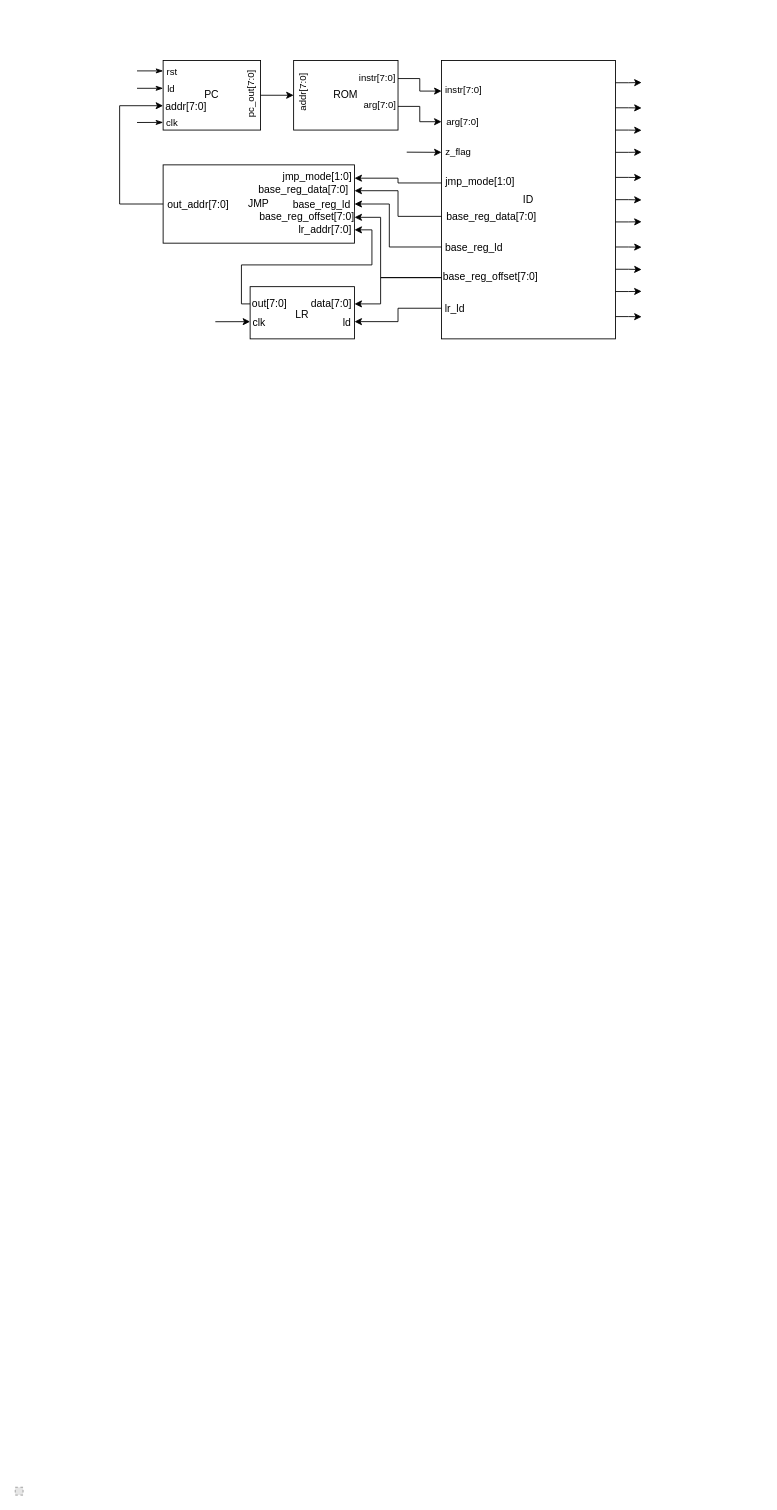
This is Docs/cpu.drawio from orszoooo/OneCycleCPU, a draw.io file, before an edit. Source tidied: cells renumbered, new cells numbered last; positions are measured from the earlier drawing's top-left corner, leaving out a move shared by most shapes. Both pictures are drawn from the tidied source at 87%, with x=0, y=0 at pixel (15, 60). Pictures stored in the file or linked from it are replaced by grey dashed boxes.
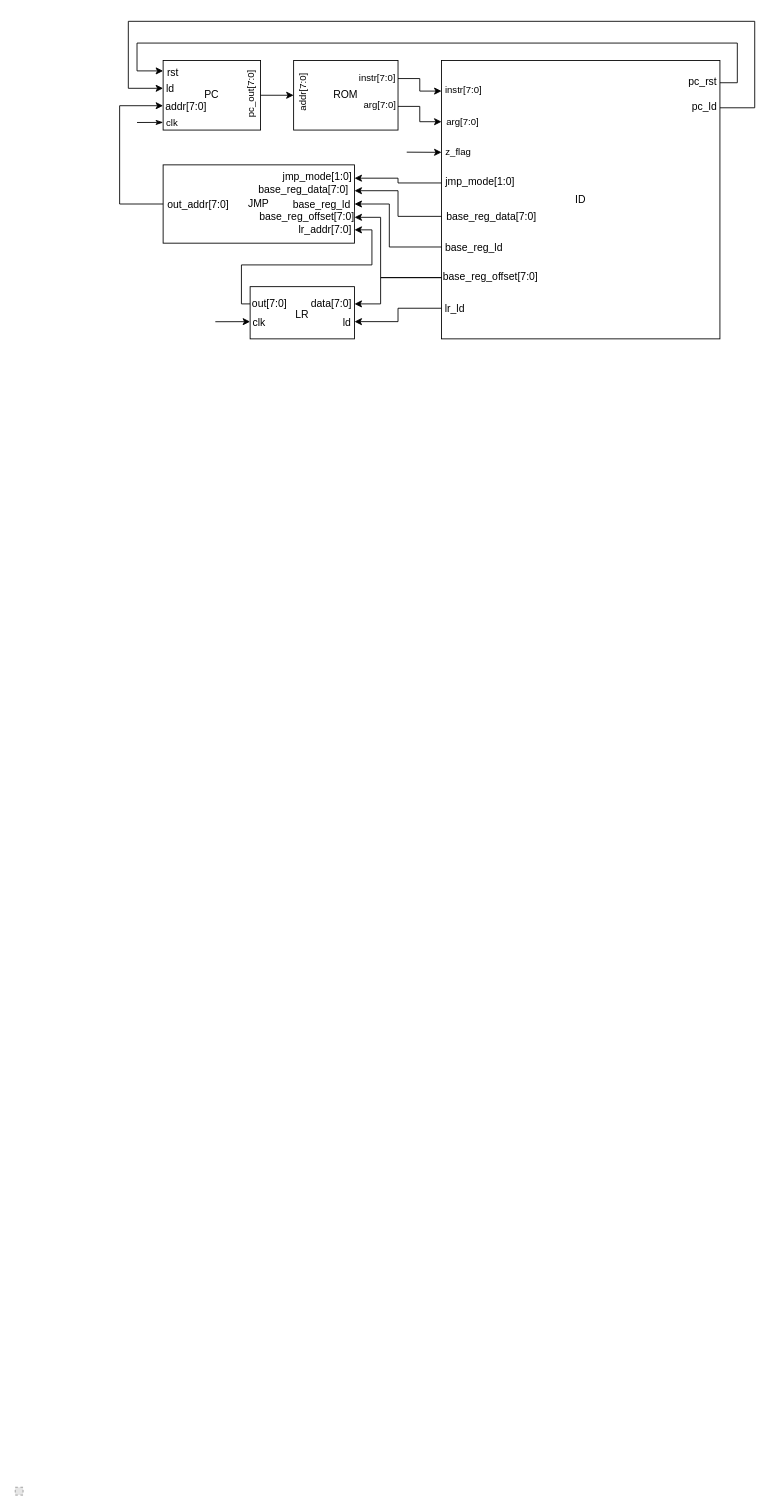
The same diagram, later.

Unchanged cells that the change refers to:
```xml
<mxCell id="2" value="PC" style="rounded=0;whiteSpace=wrap;html=1;points=[[0,0.15,0,0,0],[0,0.4,0,0,0],[0,0.65,0,0,0],[0,0.89,0,0,0],[1,0.5,0,0,0]];" parent="1" vertex="1">
  <mxGeometry x="170" width="112" height="80" as="geometry" />
</mxCell>
```

Diff of the diagram source:
```diff
@@
+    <mxCell id="9" value="ID" style="rounded=0;whiteSpace=wrap;html=1;points=[[0,0.11,0,0,0],[0,0.22,0,0,0],[0,0.33,0,0,0],[0,0.44,0,0,0],[0,0.56,0,0,0],[0,0.67,0,0,0],[0,0.78,0,0,0],[0,0.89,0,0,0],[1,0.08,0,0,0],[1,0.17,0,0,0],[1,0.25,0,0,0],[1,0.33,0,0,0],[1,0.42,0,0,0],[1,0.5,0,0,0],[1,0.58,0,0,0],[1,0.67,0,0,0],[1,0.75,0,0,0],[1,0.83,0,0,0],[1,0.92,0,0,0]];" parent="1" vertex="1">
+      <mxGeometry x="490" width="320" height="320" as="geometry" />
+    </mxCell>
@@
+    <mxCell id="61" style="edgeStyle=orthogonalEdgeStyle;rounded=0;sketch=0;hachureGap=4;jiggle=2;curveFitting=1;html=1;exitX=1;exitY=0.17;exitDx=0;exitDy=0;exitPerimeter=0;fontFamily=Helvetica;fontSize=12;fontColor=default;startArrow=none;startFill=0;endArrow=classic;endFill=1;entryX=0;entryY=0.4;entryDx=0;entryDy=0;entryPerimeter=0;" parent="1" edge="1" source="9" target="2">
+      <mxGeometry relative="1" as="geometry">
+        <Array as="points">
+          <mxPoint x="850" y="54" />
+          <mxPoint x="850" y="-45" />
+          <mxPoint x="130" y="-45" />
+          <mxPoint x="130" y="32" />
+        </Array>
+      </mxGeometry>
+    </mxCell>
+    <mxCell id="47" value="ld" style="edgeLabel;html=1;align=center;verticalAlign=middle;fontSize=12;fontFamily=Helvetica;fontColor=default;" parent="61" vertex="1">
+      <mxGeometry x="0.97" relative="1" as="geometry">
+        <mxPoint x="22" as="offset" />
+      </mxGeometry>
+    </mxCell>
+    <mxCell id="62" value="pc_ld" style="edgeLabel;html=1;align=center;verticalAlign=middle;fontSize=12;fontFamily=Helvetica;fontColor=default;" parent="61" vertex="1">
+      <mxGeometry x="-0.97" y="1" relative="1" as="geometry">
+        <mxPoint x="-34" as="offset" />
+      </mxGeometry>
+    </mxCell>
@@
-    <mxCell id="9" value="ID" style="rounded=0;whiteSpace=wrap;html=1;points=[[0,0.11,0,0,0],[0,0.22,0,0,0],[0,0.33,0,0,0],[0,0.44,0,0,0],[0,0.56,0,0,0],[0,0.67,0,0,0],[0,0.78,0,0,0],[0,0.89,0,0,0],[1,0.08,0,0,0],[1,0.17,0,0,0],[1,0.25,0,0,0],[1,0.33,0,0,0],[1,0.42,0,0,0],[1,0.5,0,0,0],[1,0.58,0,0,0],[1,0.67,0,0,0],[1,0.75,0,0,0],[1,0.83,0,0,0],[1,0.92,0,0,0]];" parent="1" vertex="1">
-      <mxGeometry x="490" width="200" height="320" as="geometry" />
-    </mxCell>
+    <mxCell id="63" style="edgeStyle=orthogonalEdgeStyle;rounded=0;sketch=0;hachureGap=4;jiggle=2;curveFitting=1;html=1;exitX=1;exitY=0.08;exitDx=0;exitDy=0;exitPerimeter=0;fontFamily=Helvetica;fontSize=12;fontColor=default;startArrow=none;startFill=0;endArrow=classic;endFill=1;entryX=0;entryY=0.15;entryDx=0;entryDy=0;entryPerimeter=0;" parent="1" edge="1" source="9" target="2">
+      <mxGeometry relative="1" as="geometry">
+        <Array as="points">
+          <mxPoint x="830" y="26" />
+          <mxPoint x="830" y="-20" />
+          <mxPoint x="140" y="-20" />
+          <mxPoint x="140" y="12" />
+        </Array>
+      </mxGeometry>
+    </mxCell>
+    <mxCell id="45" value="rst" style="edgeLabel;html=1;align=center;verticalAlign=middle;fontSize=12;fontFamily=Helvetica;fontColor=default;" parent="63" vertex="1">
+      <mxGeometry x="0.95" y="-1" relative="1" as="geometry">
+        <mxPoint x="31" as="offset" />
+      </mxGeometry>
+    </mxCell>
+    <mxCell id="64" value="pc_rst" style="edgeLabel;html=1;align=center;verticalAlign=middle;fontSize=12;fontFamily=Helvetica;fontColor=default;" parent="63" vertex="1">
+      <mxGeometry x="-0.96" y="-2" relative="1" as="geometry">
+        <mxPoint x="-37" y="-3" as="offset" />
+      </mxGeometry>
+    </mxCell>
@@
-    <mxCell id="26" style="edgeStyle=orthogonalEdgeStyle;rounded=0;html=1;exitX=1;exitY=0.08;exitDx=0;exitDy=0;exitPerimeter=0;startArrow=none;startFill=0;endArrow=classic;endFill=1;" parent="1" edge="1" source="9">
-      <mxGeometry relative="1" as="geometry">
-        <mxPoint x="720" y="25.4" as="targetPoint" />
-      </mxGeometry>
-    </mxCell>
-    <mxCell id="27" style="edgeStyle=orthogonalEdgeStyle;rounded=0;html=1;exitX=1;exitY=0.17;exitDx=0;exitDy=0;exitPerimeter=0;startArrow=none;startFill=0;endArrow=classic;endFill=1;" parent="1" edge="1" source="9">
-      <mxGeometry relative="1" as="geometry">
-        <mxPoint x="720" y="54.6" as="targetPoint" />
-      </mxGeometry>
-    </mxCell>
-    <mxCell id="28" style="edgeStyle=orthogonalEdgeStyle;rounded=0;html=1;exitX=1;exitY=0.25;exitDx=0;exitDy=0;exitPerimeter=0;startArrow=none;startFill=0;endArrow=classic;endFill=1;" parent="1" edge="1" source="9">
-      <mxGeometry relative="1" as="geometry">
-        <mxPoint x="720" y="80.3" as="targetPoint" />
-      </mxGeometry>
-    </mxCell>
-    <mxCell id="29" style="edgeStyle=orthogonalEdgeStyle;rounded=0;html=1;exitX=1;exitY=0.33;exitDx=0;exitDy=0;exitPerimeter=0;startArrow=none;startFill=0;endArrow=classic;endFill=1;" parent="1" edge="1" source="9">
-      <mxGeometry relative="1" as="geometry">
-        <mxPoint x="720" y="105.4" as="targetPoint" />
-      </mxGeometry>
-    </mxCell>
-    <mxCell id="30" style="edgeStyle=orthogonalEdgeStyle;rounded=0;html=1;exitX=1;exitY=0.42;exitDx=0;exitDy=0;exitPerimeter=0;startArrow=none;startFill=0;endArrow=classic;endFill=1;" parent="1" edge="1" source="9">
-      <mxGeometry relative="1" as="geometry">
-        <mxPoint x="720" y="134.6" as="targetPoint" />
-      </mxGeometry>
-    </mxCell>
-    <mxCell id="31" style="edgeStyle=orthogonalEdgeStyle;rounded=0;html=1;exitX=1;exitY=0.5;exitDx=0;exitDy=0;exitPerimeter=0;startArrow=none;startFill=0;endArrow=classic;endFill=1;" parent="1" edge="1" source="9">
-      <mxGeometry relative="1" as="geometry">
-        <mxPoint x="720" y="160.3" as="targetPoint" />
-      </mxGeometry>
-    </mxCell>
-    <mxCell id="32" style="edgeStyle=orthogonalEdgeStyle;rounded=0;html=1;exitX=1;exitY=0.58;exitDx=0;exitDy=0;exitPerimeter=0;startArrow=none;startFill=0;endArrow=classic;endFill=1;" parent="1" edge="1" source="9">
-      <mxGeometry relative="1" as="geometry">
-        <mxPoint x="720" y="185.4" as="targetPoint" />
-      </mxGeometry>
-    </mxCell>
-    <mxCell id="33" style="edgeStyle=orthogonalEdgeStyle;rounded=0;html=1;exitX=1;exitY=0.67;exitDx=0;exitDy=0;exitPerimeter=0;startArrow=none;startFill=0;endArrow=classic;endFill=1;" parent="1" edge="1" source="9">
-      <mxGeometry relative="1" as="geometry">
-        <mxPoint x="720" y="214.6" as="targetPoint" />
-      </mxGeometry>
-    </mxCell>
-    <mxCell id="34" style="edgeStyle=orthogonalEdgeStyle;rounded=0;html=1;exitX=1;exitY=0.75;exitDx=0;exitDy=0;exitPerimeter=0;startArrow=none;startFill=0;endArrow=classic;endFill=1;" parent="1" edge="1" source="9">
-      <mxGeometry relative="1" as="geometry">
-        <mxPoint x="720" y="240.3" as="targetPoint" />
-      </mxGeometry>
-    </mxCell>
-    <mxCell id="35" style="edgeStyle=orthogonalEdgeStyle;rounded=0;html=1;exitX=1;exitY=0.83;exitDx=0;exitDy=0;exitPerimeter=0;startArrow=none;startFill=0;endArrow=classic;endFill=1;" parent="1" edge="1" source="9">
-      <mxGeometry relative="1" as="geometry">
-        <mxPoint x="720" y="265.4" as="targetPoint" />
-      </mxGeometry>
-    </mxCell>
-    <mxCell id="36" style="edgeStyle=orthogonalEdgeStyle;rounded=0;html=1;exitX=1;exitY=0.92;exitDx=0;exitDy=0;exitPerimeter=0;startArrow=none;startFill=0;endArrow=classic;endFill=1;" parent="1" edge="1" source="9">
-      <mxGeometry relative="1" as="geometry">
-        <mxPoint x="720" y="294.6" as="targetPoint" />
-      </mxGeometry>
-    </mxCell>
@@
-    <mxCell id="44" style="edgeStyle=none;html=1;exitX=0;exitY=0.15;exitDx=0;exitDy=0;exitPerimeter=0;startArrow=classicThin;startFill=1;endArrow=none;endFill=0;" parent="1" edge="1" source="2">
-      <mxGeometry relative="1" as="geometry">
-        <mxPoint x="140" y="12" as="targetPoint" />
-      </mxGeometry>
-    </mxCell>
-    <mxCell id="45" value="rst" style="edgeLabel;html=1;align=center;verticalAlign=middle;" parent="44" vertex="1">
-      <mxGeometry x="0.68" relative="1" as="geometry">
-        <mxPoint x="34" as="offset" />
-      </mxGeometry>
-    </mxCell>
-    <mxCell id="46" style="edgeStyle=none;html=1;exitX=0;exitY=0.4;exitDx=0;exitDy=0;exitPerimeter=0;startArrow=classicThin;startFill=1;endArrow=none;endFill=0;" parent="1" edge="1" source="2">
-      <mxGeometry relative="1" as="geometry">
-        <mxPoint x="140" y="32" as="targetPoint" />
-      </mxGeometry>
-    </mxCell>
-    <mxCell id="47" value="ld" style="edgeLabel;html=1;align=center;verticalAlign=middle;" parent="46" vertex="1">
-      <mxGeometry x="0.52" relative="1" as="geometry">
-        <mxPoint x="31" as="offset" />
-      </mxGeometry>
-    </mxCell>
```
